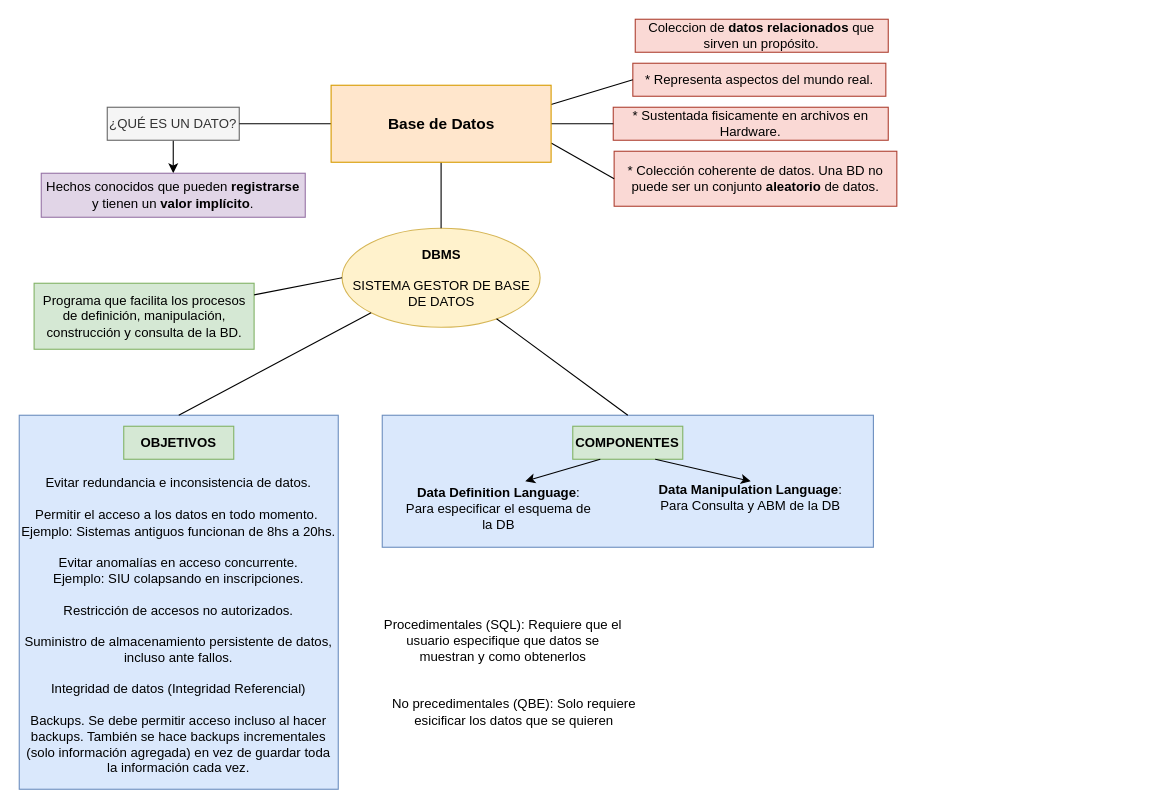
senras/DBD keeps this draw.io diagram as page "DB, Datos, DBMS" (1 of 8) of Diagrama-resumen.drawio. Above is the earlier version. Source tidied: cells renumbered, new cells numbered last; positions are measured from the earlier drawing's top-left corner, leaving out a move shared by most shapes. Both pictures are drawn from the tidied source at 110%, with x=0, y=0 at pixel (19, 19).
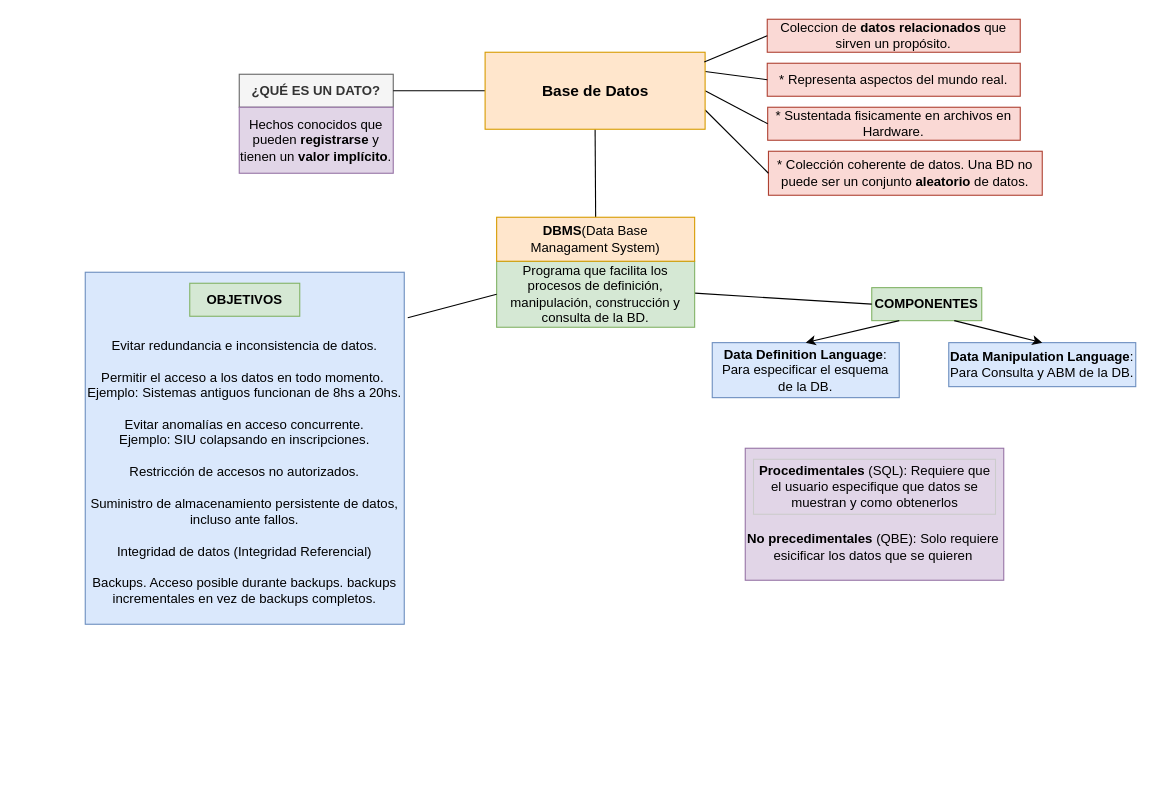
After the change.

Diff of the diagram source:
```diff
@@
+    <mxCell id="31" style="rounded=0;whiteSpace=wrap;html=1;fillColor=#e1d5e7;strokeColor=#9673a6;" parent="1" vertex="1">
+      <mxGeometry x="660" y="390" width="235" height="120" as="geometry" />
+    </mxCell>
-    <mxCell id="2" value="&lt;span&gt;&lt;br&gt;&lt;br&gt;&lt;br&gt;Evitar redundancia e inconsistencia de datos.&lt;br&gt;&lt;br&gt;&lt;/span&gt;Permitir el acceso a los datos en todo momento.&amp;nbsp;&lt;br&gt;Ejemplo: Sistemas antiguos funcionan de 8hs a 20hs.&lt;br&gt;&lt;span&gt;&lt;br&gt;&lt;/span&gt;Evitar anomalías en acceso concurrente.&lt;br&gt;Ejemplo: SIU colapsando en inscripciones.&lt;br&gt;&lt;span&gt;&lt;br&gt;&lt;/span&gt;Restricción de accesos no autorizados.&lt;br&gt;&lt;span&gt;&lt;br&gt;&lt;/span&gt;Suministro de almacenamiento persistente de datos, incluso ante fallos.&lt;br&gt;&lt;span&gt;&lt;br&gt;&lt;/span&gt;Integridad de datos (Integridad Referencial)&lt;br&gt;&lt;span&gt;&lt;br&gt;&lt;/span&gt;Backups. Se debe permitir acceso incluso al hacer backups. También se hace backups incrementales (solo información agregada) en vez de guardar toda la información cada vez.&lt;span&gt;&lt;br&gt;&lt;/span&gt;" style="rounded=0;whiteSpace=wrap;html=1;fillColor=#dae8fc;strokeColor=#6c8ebf;" parent="1" vertex="1">
-      <mxGeometry y="360" width="290" height="340" as="geometry" />
+    <mxCell id="2" value="&lt;span&gt;&lt;br&gt;&lt;br&gt;&lt;br&gt;Evitar redundancia e inconsistencia de datos.&lt;br&gt;&lt;br&gt;&lt;/span&gt;Permitir el acceso a los datos en todo momento.&amp;nbsp;&lt;br&gt;Ejemplo: Sistemas antiguos funcionan de 8hs a 20hs.&lt;br&gt;&lt;span&gt;&lt;br&gt;&lt;/span&gt;Evitar anomalías en acceso concurrente.&lt;br&gt;Ejemplo: SIU colapsando en inscripciones.&lt;br&gt;&lt;span&gt;&lt;br&gt;&lt;/span&gt;Restricción de accesos no autorizados.&lt;br&gt;&lt;span&gt;&lt;br&gt;&lt;/span&gt;Suministro de almacenamiento persistente de datos, incluso ante fallos.&lt;br&gt;&lt;span&gt;&lt;br&gt;&lt;/span&gt;Integridad de datos (Integridad Referencial)&lt;br&gt;&lt;span&gt;&lt;br&gt;&lt;/span&gt;Backups. Acceso posible durante backups. backups incrementales en vez de backups completos.&lt;span&gt;&lt;br&gt;&lt;/span&gt;" style="rounded=0;whiteSpace=wrap;html=1;fillColor=#dae8fc;strokeColor=#6c8ebf;" parent="1" vertex="1">
+      <mxGeometry x="60" y="230" width="290" height="320" as="geometry" />
     </mxCell>
-    <mxCell id="3" style="rounded=0;whiteSpace=wrap;html=1;fillColor=#dae8fc;strokeColor=#6c8ebf;" parent="1" vertex="1">
-      <mxGeometry x="330" y="360" width="446.5" height="120" as="geometry" />
-    </mxCell>
     <mxCell id="4" value="* Representa aspectos del mundo real." style="text;html=1;strokeColor=#ae4132;fillColor=#fad9d5;align=center;verticalAlign=middle;whiteSpace=wrap;rounded=0;" parent="1" vertex="1">
-      <mxGeometry x="557.8" y="40" width="230" height="30" as="geometry" />
+      <mxGeometry x="680" y="40" width="230" height="30" as="geometry" />
     </mxCell>
     <mxCell id="5" value="* Colección coherente de datos. Una BD no puede ser un conjunto &lt;b&gt;aleatorio &lt;/b&gt;de datos." style="text;html=1;strokeColor=#ae4132;fillColor=#fad9d5;align=center;verticalAlign=middle;whiteSpace=wrap;rounded=0;" parent="1" vertex="1">
-      <mxGeometry x="540.8" y="120" width="257" height="50" as="geometry" />
+      <mxGeometry x="681.1" y="120" width="248.9" height="40" as="geometry" />
     </mxCell>
     <mxCell id="6" value="* Sustentada fisicamente en archivos en Hardware." style="text;html=1;strokeColor=#ae4132;fillColor=#fad9d5;align=center;verticalAlign=middle;whiteSpace=wrap;rounded=0;" parent="1" vertex="1">
-      <mxGeometry x="540" y="80" width="250" height="30" as="geometry" />
+      <mxGeometry x="680.4" y="80" width="229.6" height="30" as="geometry" />
     </mxCell>
-    <mxCell id="7" value="&lt;b&gt;DBMS&lt;/b&gt;&lt;br&gt;&lt;br&gt;SISTEMA GESTOR DE BASE DE DATOS" style="ellipse;whiteSpace=wrap;html=1;fillColor=#fff2cc;strokeColor=#d6b656;" parent="1" vertex="1">
-      <mxGeometry x="293.5" y="190" width="180" height="90" as="geometry" />
-    </mxCell>
     <mxCell id="8" value="OBJETIVOS" style="text;html=1;align=center;verticalAlign=middle;whiteSpace=wrap;rounded=0;fontStyle=1;fillColor=#d5e8d4;strokeColor=#82b366;" parent="1" vertex="1">
-      <mxGeometry x="95" y="370" width="100" height="30" as="geometry" />
+      <mxGeometry x="155" y="240" width="100" height="30" as="geometry" />
     </mxCell>
     <mxCell id="9" value="COMPONENTES" style="text;html=1;strokeColor=#82b366;fillColor=#d5e8d4;align=center;verticalAlign=middle;whiteSpace=wrap;rounded=0;fontStyle=1;" parent="1" vertex="1">
-      <mxGeometry x="503.2" y="370" width="100" height="30" as="geometry" />
+      <mxGeometry x="775" y="244" width="100" height="30" as="geometry" />
     </mxCell>
-    <mxCell id="10" value="&lt;b&gt;Data Definition Language&lt;/b&gt;: Para especificar el esquema de la DB" style="text;html=1;align=center;verticalAlign=middle;whiteSpace=wrap;rounded=0;" parent="1" vertex="1">
-      <mxGeometry x="350" y="430" width="171.5" height="30" as="geometry" />
+    <mxCell id="10" value="&lt;b&gt;Data Definition Language&lt;/b&gt;: &lt;br&gt;Para especificar el esquema de la DB." style="text;html=1;align=center;verticalAlign=middle;whiteSpace=wrap;rounded=0;fillColor=#dae8fc;strokeColor=#6c8ebf;" parent="1" vertex="1">
+      <mxGeometry x="630" y="294" width="170" height="50" as="geometry" />
     </mxCell>
-    <mxCell id="11" value="&lt;b&gt;Data Manipulation Language&lt;/b&gt;: Para Consulta y ABM de la DB" style="text;html=1;align=center;verticalAlign=middle;whiteSpace=wrap;rounded=0;" parent="1" vertex="1">
-      <mxGeometry x="580" y="420" width="170" height="30" as="geometry" />
+    <mxCell id="11" value="&lt;b&gt;Data Manipulation Language&lt;/b&gt;: Para Consulta y ABM de la DB." style="text;html=1;align=center;verticalAlign=middle;whiteSpace=wrap;rounded=0;fillColor=#dae8fc;strokeColor=#6c8ebf;" parent="1" vertex="1">
+      <mxGeometry x="845" y="294" width="170" height="40" as="geometry" />
     </mxCell>
-    <mxCell id="12" value="Procedimentales (SQL): Requiere que el usuario especifique que datos se muestran y como obtenerlos" style="text;html=1;fillColor=none;align=center;verticalAlign=middle;whiteSpace=wrap;rounded=0;" parent="1" vertex="1">
-      <mxGeometry x="330" y="540" width="220" height="50" as="geometry" />
+    <mxCell id="12" value="&lt;b&gt;Procedimentales &lt;/b&gt;(SQL): Requiere que el usuario especifique que datos se muestran y como obtenerlos" style="text;html=1;fillColor=none;align=center;verticalAlign=middle;whiteSpace=wrap;rounded=0;perimeterSpacing=1;strokeColor=#CCCCCC;" parent="1" vertex="1">
+      <mxGeometry x="667.5" y="400" width="220" height="50" as="geometry" />
     </mxCell>
-    <mxCell id="13" value="No precedimentales (QBE): Solo requiere esicificar los datos que se quieren" style="text;html=1;fillColor=none;align=center;verticalAlign=middle;whiteSpace=wrap;rounded=0;" parent="1" vertex="1">
-      <mxGeometry x="330" y="610" width="240" height="40" as="geometry" />
+    <mxCell id="13" value="&lt;b&gt;No precedimentales&lt;/b&gt; (QBE): Solo requiere esicificar los datos que se quieren" style="text;html=1;fillColor=none;align=center;verticalAlign=middle;whiteSpace=wrap;rounded=0;" parent="1" vertex="1">
+      <mxGeometry x="660" y="460" width="232.8" height="40" as="geometry" />
     </mxCell>
-    <mxCell id="14" style="endArrow=none;html=1;rounded=0;exitX=0.5;exitY=0;exitDx=0;exitDy=0;entryX=0.5;entryY=1;entryDx=0;entryDy=0;startArrow=none;endFill=0;" parent="1" edge="1" source="7" target="29">
+    <mxCell id="14" style="endArrow=none;html=1;rounded=0;exitX=0.5;exitY=0;exitDx=0;exitDy=0;entryX=0.5;entryY=1;entryDx=0;entryDy=0;startArrow=none;endFill=0;" parent="1" edge="1" source="33" target="29">
       <mxGeometry relative="1" as="geometry" />
     </mxCell>
+    <mxCell id="32" style="rounded=0;jettySize=auto;html=1;exitX=1;exitY=0.5;exitDx=0;exitDy=0;entryX=0;entryY=0.5;entryDx=0;entryDy=0;endArrow=none;endFill=0;" parent="1" edge="1" target="9">
+      <mxGeometry relative="1" as="geometry">
+        <mxPoint x="614" y="249" as="sourcePoint" />
+      </mxGeometry>
+    </mxCell>
     <mxCell id="15" value="Programa que facilita los procesos de definición, manipulación, construcción y consulta de la BD." style="text;html=1;strokeColor=#82b366;fillColor=#d5e8d4;align=center;verticalAlign=middle;whiteSpace=wrap;rounded=0;" parent="1" vertex="1">
-      <mxGeometry x="13.5" y="240" width="200" height="60" as="geometry" />
+      <mxGeometry x="434" y="220" width="180" height="60" as="geometry" />
     </mxCell>
@@
-    <mxCell id="17" value="¿QUÉ ES UN DATO?" style="text;html=1;align=center;verticalAlign=middle;whiteSpace=wrap;rounded=0;fillColor=#f5f5f5;fontColor=#333333;strokeColor=#666666;" parent="1" vertex="1">
-      <mxGeometry x="80" y="80" width="120" height="30" as="geometry" />
+    <mxCell id="17" value="¿QUÉ ES UN DATO?" style="text;html=1;align=center;verticalAlign=middle;whiteSpace=wrap;rounded=0;fillColor=#f5f5f5;fontColor=#333333;strokeColor=#666666;fontStyle=1;" parent="1" vertex="1">
+      <mxGeometry x="200" y="50" width="140" height="30" as="geometry" />
     </mxCell>
@@
     <mxCell id="19" value="Hechos conocidos que pueden &lt;b&gt;registrarse &lt;/b&gt;y tienen un &lt;b&gt;valor&lt;/b&gt;&amp;nbsp;&lt;b&gt;implícito&lt;/b&gt;." style="text;html=1;strokeColor=#9673a6;fillColor=#e1d5e7;align=center;verticalAlign=middle;whiteSpace=wrap;rounded=0;" parent="1" vertex="1">
-      <mxGeometry x="20" y="140" width="240" height="40" as="geometry" />
+      <mxGeometry x="200" y="80" width="140" height="60" as="geometry" />
     </mxCell>
-    <mxCell id="20" style="endArrow=none;html=1;rounded=0;exitX=0;exitY=0.5;exitDx=0;exitDy=0;" parent="1" edge="1" source="7" target="15">
-      <mxGeometry relative="1" as="geometry" />
-    </mxCell>
@@
-    <mxCell id="24" style="endArrow=none;html=1;rounded=0;exitX=0;exitY=1;exitDx=0;exitDy=0;entryX=0.5;entryY=0;entryDx=0;entryDy=0;endFill=0;" parent="1" edge="1" source="7" target="2">
+    <mxCell id="24" style="endArrow=none;html=1;rounded=0;endFill=0;exitX=0;exitY=0.5;exitDx=0;exitDy=0;entryX=1.011;entryY=0.129;entryDx=0;entryDy=0;entryPerimeter=0;" parent="1" edge="1" source="15" target="2">
       <mxGeometry relative="1" as="geometry" />
     </mxCell>
-    <mxCell id="25" style="endArrow=none;html=1;rounded=0;entryX=0.5;entryY=0;entryDx=0;entryDy=0;endFill=0;" parent="1" edge="1" source="7" target="3">
-      <mxGeometry relative="1" as="geometry" />
-    </mxCell>
@@
-    <mxCell id="27" style="endArrow=classic;html=1;rounded=0;exitX=0.25;exitY=1;exitDx=0;exitDy=0;" parent="1" edge="1" source="9">
-      <mxGeometry relative="1" as="geometry">
-        <mxPoint x="460" y="420" as="targetPoint" />
-      </mxGeometry>
+    <mxCell id="27" style="endArrow=classic;html=1;rounded=0;exitX=0.25;exitY=1;exitDx=0;exitDy=0;entryX=0.5;entryY=0;entryDx=0;entryDy=0;" parent="1" edge="1" source="9" target="10">
+      <mxGeometry relative="1" as="geometry" />
     </mxCell>
@@
     <mxCell id="29" value="&lt;h3&gt;Base de Datos&lt;/h3&gt;" style="rounded=0;whiteSpace=wrap;html=1;fillColor=#ffe6cc;strokeColor=#d79b00;align=center;" parent="1" vertex="1">
-      <mxGeometry x="283.5" y="60" width="200" height="70" as="geometry" />
+      <mxGeometry x="423.5" y="30" width="200" height="70" as="geometry" />
     </mxCell>
     <mxCell id="30" value="Coleccion de&amp;nbsp;&lt;b&gt;datos&amp;nbsp;&lt;/b&gt;&lt;b&gt;relacionados&amp;nbsp;&lt;/b&gt;que sirven un propósito." style="text;html=1;strokeColor=#ae4132;fillColor=#fad9d5;align=center;verticalAlign=middle;whiteSpace=wrap;rounded=0;" parent="1" vertex="1">
-      <mxGeometry x="560" width="230" height="30" as="geometry" />
+      <mxGeometry x="680" width="230" height="30" as="geometry" />
     </mxCell>
+    <mxCell id="33" value="&lt;b&gt;DBMS&lt;/b&gt;(Data Base&lt;br&gt;Managament System)&lt;br&gt;" style="rounded=0;whiteSpace=wrap;html=1;fillColor=#ffe6cc;strokeColor=#d79b00;" parent="1" vertex="1">
+      <mxGeometry x="434" y="180" width="180" height="40" as="geometry" />
+    </mxCell>
+    <mxCell id="34" style="endArrow=none;html=1;rounded=0;exitX=0;exitY=0.5;exitDx=0;exitDy=0;entryX=0.996;entryY=0.127;entryDx=0;entryDy=0;entryPerimeter=0;" parent="1" edge="1" source="30" target="29">
+      <mxGeometry relative="1" as="geometry" />
+    </mxCell>
```
